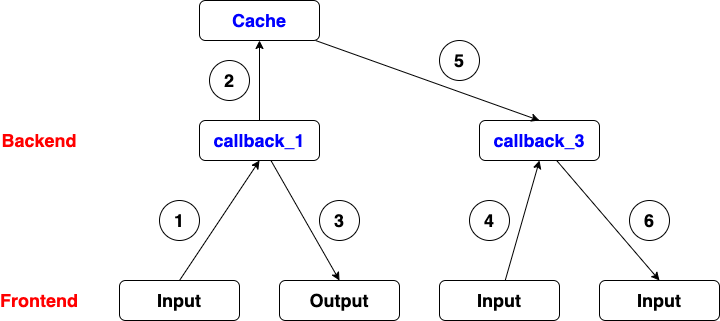
Before: Python3/Dash/img/Dash_29.png, a diagram exported from draw.io (lin-chen-DLA/lin-chen-DLA.github.io). Source tidied: cells renumbered, new cells last; positions are measured from the earlier drawing's top-left corner, leaving out a move shared by most shapes. Its diagram source:
```xml
<mxGraphModel>
  <root>
    <mxCell id="0" />
    <mxCell id="1" parent="0" />
    <mxCell id="2" style="edgeStyle=none;rounded=0;jettySize=auto;html=1;entryX=0.5;entryY=0;entryDx=0;entryDy=0;" parent="1" edge="1" source="4" target="11">
      <mxGeometry relative="1" as="geometry" />
    </mxCell>
    <mxCell id="3" style="edgeStyle=none;rounded=0;jettySize=auto;html=1;entryX=0.5;entryY=1;entryDx=0;entryDy=0;" parent="1" edge="1" source="4" target="13">
      <mxGeometry relative="1" as="geometry" />
    </mxCell>
    <mxCell id="4" value="&lt;font style=&quot;font-size: 18px&quot; color=&quot;#0000ff&quot;&gt;&lt;b&gt;callback_1&lt;/b&gt;&lt;/font&gt;" style="rounded=1;whiteSpace=wrap;html=1;" parent="1" vertex="1">
      <mxGeometry x="180" y="120" width="120" height="40" as="geometry" />
    </mxCell>
    <mxCell id="5" value="&lt;font style=&quot;font-size: 18px&quot; color=&quot;#ff0000&quot;&gt;&lt;b&gt;Backend&lt;/b&gt;&lt;/font&gt;" style="text;html=1;strokeColor=none;fillColor=none;align=center;verticalAlign=middle;whiteSpace=wrap;rounded=0;" parent="1" vertex="1">
      <mxGeometry y="130" width="40" height="20" as="geometry" />
    </mxCell>
    <mxCell id="6" value="&lt;font style=&quot;font-size: 18px&quot; color=&quot;#ff0000&quot;&gt;&lt;b&gt;Frontend&lt;/b&gt;&lt;/font&gt;" style="text;html=1;strokeColor=none;fillColor=none;align=center;verticalAlign=middle;whiteSpace=wrap;rounded=0;" parent="1" vertex="1">
      <mxGeometry y="290" width="40" height="20" as="geometry" />
    </mxCell>
    <mxCell id="7" style="edgeStyle=none;rounded=0;jettySize=auto;html=1;exitX=0.5;exitY=0;exitDx=0;exitDy=0;entryX=0.5;entryY=1;entryDx=0;entryDy=0;" parent="1" edge="1" source="8" target="4">
      <mxGeometry relative="1" as="geometry" />
    </mxCell>
    <mxCell id="8" value="&lt;span style=&quot;font-size: 18px&quot;&gt;&lt;b&gt;Input&lt;/b&gt;&lt;/span&gt;" style="rounded=1;whiteSpace=wrap;html=1;" parent="1" vertex="1">
      <mxGeometry x="100" y="280" width="120" height="40" as="geometry" />
    </mxCell>
    <mxCell id="9" style="edgeStyle=none;rounded=0;jettySize=auto;html=1;entryX=0.5;entryY=0;entryDx=0;entryDy=0;" parent="1" edge="1" source="10" target="16">
      <mxGeometry relative="1" as="geometry" />
    </mxCell>
    <mxCell id="10" value="&lt;font style=&quot;font-size: 18px&quot; color=&quot;#0000ff&quot;&gt;&lt;b&gt;callback_3&lt;/b&gt;&lt;/font&gt;" style="rounded=1;whiteSpace=wrap;html=1;" parent="1" vertex="1">
      <mxGeometry x="460" y="120" width="120" height="40" as="geometry" />
    </mxCell>
    <mxCell id="11" value="&lt;span style=&quot;font-size: 18px&quot;&gt;&lt;b&gt;Output&lt;/b&gt;&lt;/span&gt;" style="rounded=1;whiteSpace=wrap;html=1;" parent="1" vertex="1">
      <mxGeometry x="260" y="280" width="120" height="40" as="geometry" />
    </mxCell>
    <mxCell id="12" style="edgeStyle=none;rounded=0;jettySize=auto;html=1;entryX=0.5;entryY=0;entryDx=0;entryDy=0;" parent="1" edge="1" source="13" target="10">
      <mxGeometry relative="1" as="geometry" />
    </mxCell>
    <mxCell id="13" value="&lt;font style=&quot;font-size: 18px&quot; color=&quot;#0000ff&quot;&gt;&lt;b&gt;Cache&lt;/b&gt;&lt;/font&gt;" style="rounded=1;whiteSpace=wrap;html=1;" parent="1" vertex="1">
      <mxGeometry x="180" width="120" height="40" as="geometry" />
    </mxCell>
    <mxCell id="14" style="edgeStyle=none;rounded=0;jettySize=auto;html=1;entryX=0.5;entryY=1;entryDx=0;entryDy=0;" parent="1" edge="1" source="15" target="10">
      <mxGeometry relative="1" as="geometry" />
    </mxCell>
    <mxCell id="15" value="&lt;span style=&quot;font-size: 18px&quot;&gt;&lt;b&gt;Input&lt;/b&gt;&lt;/span&gt;" style="rounded=1;whiteSpace=wrap;html=1;" parent="1" vertex="1">
      <mxGeometry x="420" y="280" width="120" height="40" as="geometry" />
    </mxCell>
    <mxCell id="16" value="&lt;span style=&quot;font-size: 18px&quot;&gt;&lt;b&gt;Input&lt;/b&gt;&lt;/span&gt;" style="rounded=1;whiteSpace=wrap;html=1;" parent="1" vertex="1">
      <mxGeometry x="580" y="280" width="120" height="40" as="geometry" />
    </mxCell>
    <mxCell id="17" value="&lt;font style=&quot;font-size: 18px&quot;&gt;&lt;b&gt;1&lt;/b&gt;&lt;/font&gt;" style="ellipse;whiteSpace=wrap;html=1;" parent="1" vertex="1">
      <mxGeometry x="140" y="200" width="40" height="40" as="geometry" />
    </mxCell>
    <mxCell id="18" value="&lt;font style=&quot;font-size: 18px&quot;&gt;&lt;b&gt;2&lt;/b&gt;&lt;/font&gt;" style="ellipse;whiteSpace=wrap;html=1;" parent="1" vertex="1">
      <mxGeometry x="190" y="60" width="40" height="40" as="geometry" />
    </mxCell>
    <mxCell id="19" value="&lt;font style=&quot;font-size: 18px&quot;&gt;&lt;b&gt;3&lt;/b&gt;&lt;/font&gt;" style="ellipse;whiteSpace=wrap;html=1;" parent="1" vertex="1">
      <mxGeometry x="300" y="200" width="40" height="40" as="geometry" />
    </mxCell>
    <mxCell id="20" value="&lt;font style=&quot;font-size: 18px&quot;&gt;&lt;b&gt;4&lt;/b&gt;&lt;/font&gt;" style="ellipse;whiteSpace=wrap;html=1;" parent="1" vertex="1">
      <mxGeometry x="450" y="200" width="40" height="40" as="geometry" />
    </mxCell>
    <mxCell id="21" value="&lt;font style=&quot;font-size: 18px&quot;&gt;&lt;b&gt;5&lt;/b&gt;&lt;/font&gt;" style="ellipse;whiteSpace=wrap;html=1;" parent="1" vertex="1">
      <mxGeometry x="420" y="40" width="40" height="40" as="geometry" />
    </mxCell>
    <mxCell id="22" value="&lt;font style=&quot;font-size: 18px&quot;&gt;&lt;b&gt;6&lt;/b&gt;&lt;/font&gt;" style="ellipse;whiteSpace=wrap;html=1;" parent="1" vertex="1">
      <mxGeometry x="610" y="200" width="40" height="40" as="geometry" />
    </mxCell>
  </root>
</mxGraphModel>
```
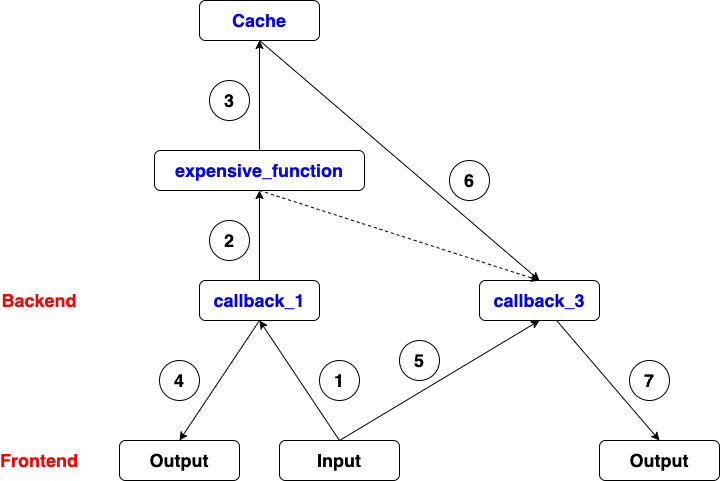
Later version of the same file.

The edit, as a diff of the source:
```diff
@@ -2,8 +2,10 @@
   <root>
     <mxCell id="0" />
     <mxCell id="1" parent="0" />
-    <mxCell id="2" style="edgeStyle=none;rounded=0;jettySize=auto;html=1;entryX=0.5;entryY=0;entryDx=0;entryDy=0;" parent="1" edge="1" source="4" target="11">
-      <mxGeometry relative="1" as="geometry" />
+    <mxCell id="2" style="edgeStyle=none;rounded=0;jettySize=auto;html=1;entryX=0.5;entryY=0;entryDx=0;entryDy=0;" parent="1" edge="1" target="11">
+      <mxGeometry relative="1" as="geometry">
+        <mxPoint x="240" y="160" as="sourcePoint" />
+      </mxGeometry>
     </mxCell>
     <mxCell id="3" style="edgeStyle=none;rounded=0;jettySize=auto;html=1;entryX=0.5;entryY=1;entryDx=0;entryDy=0;" parent="1" edge="1" source="4" target="13">
       <mxGeometry relative="1" as="geometry" />
@@ -21,7 +23,7 @@
       <mxGeometry relative="1" as="geometry" />
     </mxCell>
     <mxCell id="8" value="&lt;span style=&quot;font-size: 18px&quot;&gt;&lt;b&gt;Input&lt;/b&gt;&lt;/span&gt;" style="rounded=1;whiteSpace=wrap;html=1;" parent="1" vertex="1">
-      <mxGeometry x="100" y="280" width="120" height="40" as="geometry" />
+      <mxGeometry x="260" y="280" width="120" height="40" as="geometry" />
     </mxCell>
     <mxCell id="9" style="edgeStyle=none;rounded=0;jettySize=auto;html=1;entryX=0.5;entryY=0;entryDx=0;entryDy=0;" parent="1" edge="1" source="10" target="16">
       <mxGeometry relative="1" as="geometry" />
@@ -30,40 +32,49 @@
       <mxGeometry x="460" y="120" width="120" height="40" as="geometry" />
     </mxCell>
     <mxCell id="11" value="&lt;span style=&quot;font-size: 18px&quot;&gt;&lt;b&gt;Output&lt;/b&gt;&lt;/span&gt;" style="rounded=1;whiteSpace=wrap;html=1;" parent="1" vertex="1">
-      <mxGeometry x="260" y="280" width="120" height="40" as="geometry" />
+      <mxGeometry x="100" y="280" width="120" height="40" as="geometry" />
     </mxCell>
-    <mxCell id="12" style="edgeStyle=none;rounded=0;jettySize=auto;html=1;entryX=0.5;entryY=0;entryDx=0;entryDy=0;" parent="1" edge="1" source="13" target="10">
+    <mxCell id="12" style="edgeStyle=none;rounded=0;jettySize=auto;html=1;entryX=0.5;entryY=0;entryDx=0;entryDy=0;exitX=0.5;exitY=1;exitDx=0;exitDy=0;" parent="1" edge="1" source="25" target="10">
       <mxGeometry relative="1" as="geometry" />
     </mxCell>
+    <mxCell id="23" style="edgeStyle=orthogonalEdgeStyle;rounded=0;jettySize=auto;html=1;entryX=0.5;entryY=1;entryDx=0;entryDy=0;" parent="1" edge="1" source="13" target="25">
+      <mxGeometry relative="1" as="geometry" />
+    </mxCell>
+    <mxCell id="24" style="edgeStyle=none;rounded=0;jettySize=auto;html=1;entryX=0.5;entryY=0;entryDx=0;entryDy=0;exitX=0.5;exitY=1;exitDx=0;exitDy=0;dashed=1;" parent="1" edge="1" source="13" target="10">
+      <mxGeometry relative="1" as="geometry" />
+    </mxCell>
-    <mxCell id="13" value="&lt;font style=&quot;font-size: 18px&quot; color=&quot;#0000ff&quot;&gt;&lt;b&gt;Cache&lt;/b&gt;&lt;/font&gt;" style="rounded=1;whiteSpace=wrap;html=1;" parent="1" vertex="1">
-      <mxGeometry x="180" width="120" height="40" as="geometry" />
+    <mxCell id="13" value="&lt;font style=&quot;font-size: 18px&quot; color=&quot;#0000ff&quot;&gt;&lt;b&gt;expensive_function&lt;/b&gt;&lt;/font&gt;" style="rounded=1;whiteSpace=wrap;html=1;" parent="1" vertex="1">
+      <mxGeometry x="135" y="-10" width="210" height="40" as="geometry" />
     </mxCell>
-    <mxCell id="14" style="edgeStyle=none;rounded=0;jettySize=auto;html=1;entryX=0.5;entryY=1;entryDx=0;entryDy=0;" parent="1" edge="1" source="15" target="10">
+    <mxCell id="14" style="edgeStyle=none;rounded=0;jettySize=auto;html=1;entryX=0.5;entryY=1;entryDx=0;entryDy=0;exitX=0.5;exitY=0;exitDx=0;exitDy=0;" parent="1" edge="1" source="8" target="10">
       <mxGeometry relative="1" as="geometry" />
     </mxCell>
-    <mxCell id="15" value="&lt;span style=&quot;font-size: 18px&quot;&gt;&lt;b&gt;Input&lt;/b&gt;&lt;/span&gt;" style="rounded=1;whiteSpace=wrap;html=1;" parent="1" vertex="1">
-      <mxGeometry x="420" y="280" width="120" height="40" as="geometry" />
-    </mxCell>
-    <mxCell id="16" value="&lt;span style=&quot;font-size: 18px&quot;&gt;&lt;b&gt;Input&lt;/b&gt;&lt;/span&gt;" style="rounded=1;whiteSpace=wrap;html=1;" parent="1" vertex="1">
+    <mxCell id="16" value="&lt;span style=&quot;font-size: 18px&quot;&gt;&lt;b&gt;Output&lt;/b&gt;&lt;/span&gt;" style="rounded=1;whiteSpace=wrap;html=1;" parent="1" vertex="1">
       <mxGeometry x="580" y="280" width="120" height="40" as="geometry" />
     </mxCell>
     <mxCell id="17" value="&lt;font style=&quot;font-size: 18px&quot;&gt;&lt;b&gt;1&lt;/b&gt;&lt;/font&gt;" style="ellipse;whiteSpace=wrap;html=1;" parent="1" vertex="1">
-      <mxGeometry x="140" y="200" width="40" height="40" as="geometry" />
+      <mxGeometry x="300" y="200" width="40" height="40" as="geometry" />
     </mxCell>
     <mxCell id="18" value="&lt;font style=&quot;font-size: 18px&quot;&gt;&lt;b&gt;2&lt;/b&gt;&lt;/font&gt;" style="ellipse;whiteSpace=wrap;html=1;" parent="1" vertex="1">
       <mxGeometry x="190" y="60" width="40" height="40" as="geometry" />
     </mxCell>
-    <mxCell id="19" value="&lt;font style=&quot;font-size: 18px&quot;&gt;&lt;b&gt;3&lt;/b&gt;&lt;/font&gt;" style="ellipse;whiteSpace=wrap;html=1;" parent="1" vertex="1">
-      <mxGeometry x="300" y="200" width="40" height="40" as="geometry" />
+    <mxCell id="19" value="&lt;font style=&quot;font-size: 18px&quot;&gt;&lt;b&gt;4&lt;/b&gt;&lt;/font&gt;" style="ellipse;whiteSpace=wrap;html=1;" parent="1" vertex="1">
+      <mxGeometry x="140" y="200" width="40" height="40" as="geometry" />
     </mxCell>
-    <mxCell id="20" value="&lt;font style=&quot;font-size: 18px&quot;&gt;&lt;b&gt;4&lt;/b&gt;&lt;/font&gt;" style="ellipse;whiteSpace=wrap;html=1;" parent="1" vertex="1">
-      <mxGeometry x="450" y="200" width="40" height="40" as="geometry" />
+    <mxCell id="20" value="&lt;font style=&quot;font-size: 18px&quot;&gt;&lt;b&gt;5&lt;/b&gt;&lt;/font&gt;" style="ellipse;whiteSpace=wrap;html=1;" parent="1" vertex="1">
+      <mxGeometry x="380" y="180" width="40" height="40" as="geometry" />
     </mxCell>
-    <mxCell id="21" value="&lt;font style=&quot;font-size: 18px&quot;&gt;&lt;b&gt;5&lt;/b&gt;&lt;/font&gt;" style="ellipse;whiteSpace=wrap;html=1;" parent="1" vertex="1">
-      <mxGeometry x="420" y="40" width="40" height="40" as="geometry" />
+    <mxCell id="21" value="&lt;font style=&quot;font-size: 18px&quot;&gt;&lt;b&gt;6&lt;/b&gt;&lt;/font&gt;" style="ellipse;whiteSpace=wrap;html=1;" parent="1" vertex="1">
+      <mxGeometry x="430" width="40" height="40" as="geometry" />
     </mxCell>
-    <mxCell id="22" value="&lt;font style=&quot;font-size: 18px&quot;&gt;&lt;b&gt;6&lt;/b&gt;&lt;/font&gt;" style="ellipse;whiteSpace=wrap;html=1;" parent="1" vertex="1">
+    <mxCell id="22" value="&lt;font style=&quot;font-size: 18px&quot;&gt;&lt;b&gt;7&lt;/b&gt;&lt;/font&gt;" style="ellipse;whiteSpace=wrap;html=1;" parent="1" vertex="1">
       <mxGeometry x="610" y="200" width="40" height="40" as="geometry" />
     </mxCell>
+    <mxCell id="25" value="&lt;font style=&quot;font-size: 18px&quot; color=&quot;#0000ff&quot;&gt;&lt;b&gt;Cache&lt;/b&gt;&lt;/font&gt;" style="rounded=1;whiteSpace=wrap;html=1;" parent="1" vertex="1">
+      <mxGeometry x="180" y="-160" width="120" height="40" as="geometry" />
+    </mxCell>
+    <mxCell id="26" value="&lt;font style=&quot;font-size: 18px&quot;&gt;&lt;b&gt;3&lt;/b&gt;&lt;/font&gt;" style="ellipse;whiteSpace=wrap;html=1;" parent="1" vertex="1">
+      <mxGeometry x="190" y="-80" width="40" height="40" as="geometry" />
+    </mxCell>
   </root>
 </mxGraphModel>
```
